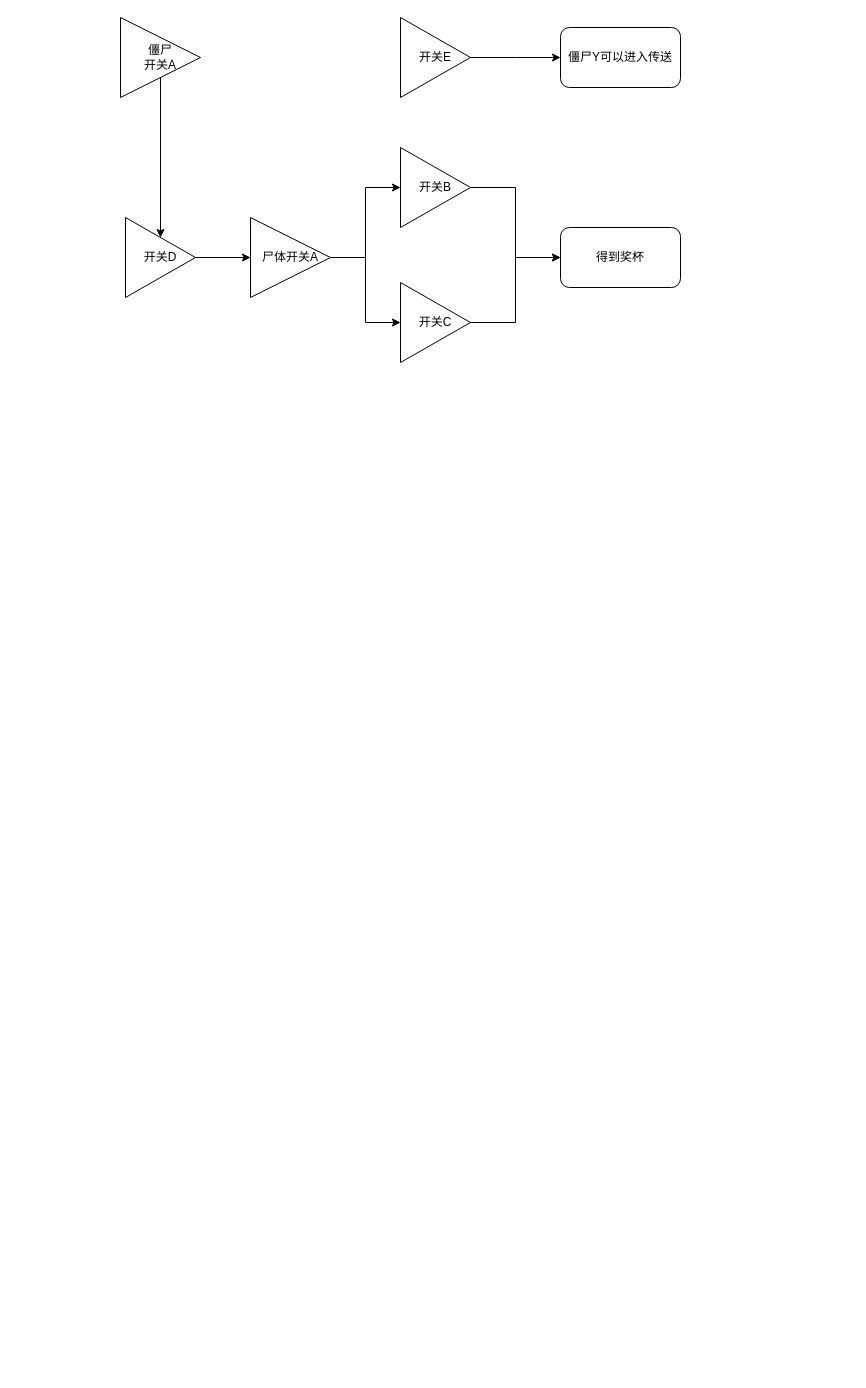
Above: picture/life-goes-on-我爱僵尸.drawio in Xerxes-zhz/game-design (draw.io), before the change. Source tidied: cells renumbered, new cells numbered last; positions are measured from the earlier drawing's top-left corner, leaving out a move shared by most shapes. Both pictures are drawn from the tidied source at 100%, with x=0, y=0 at pixel (120, 17).
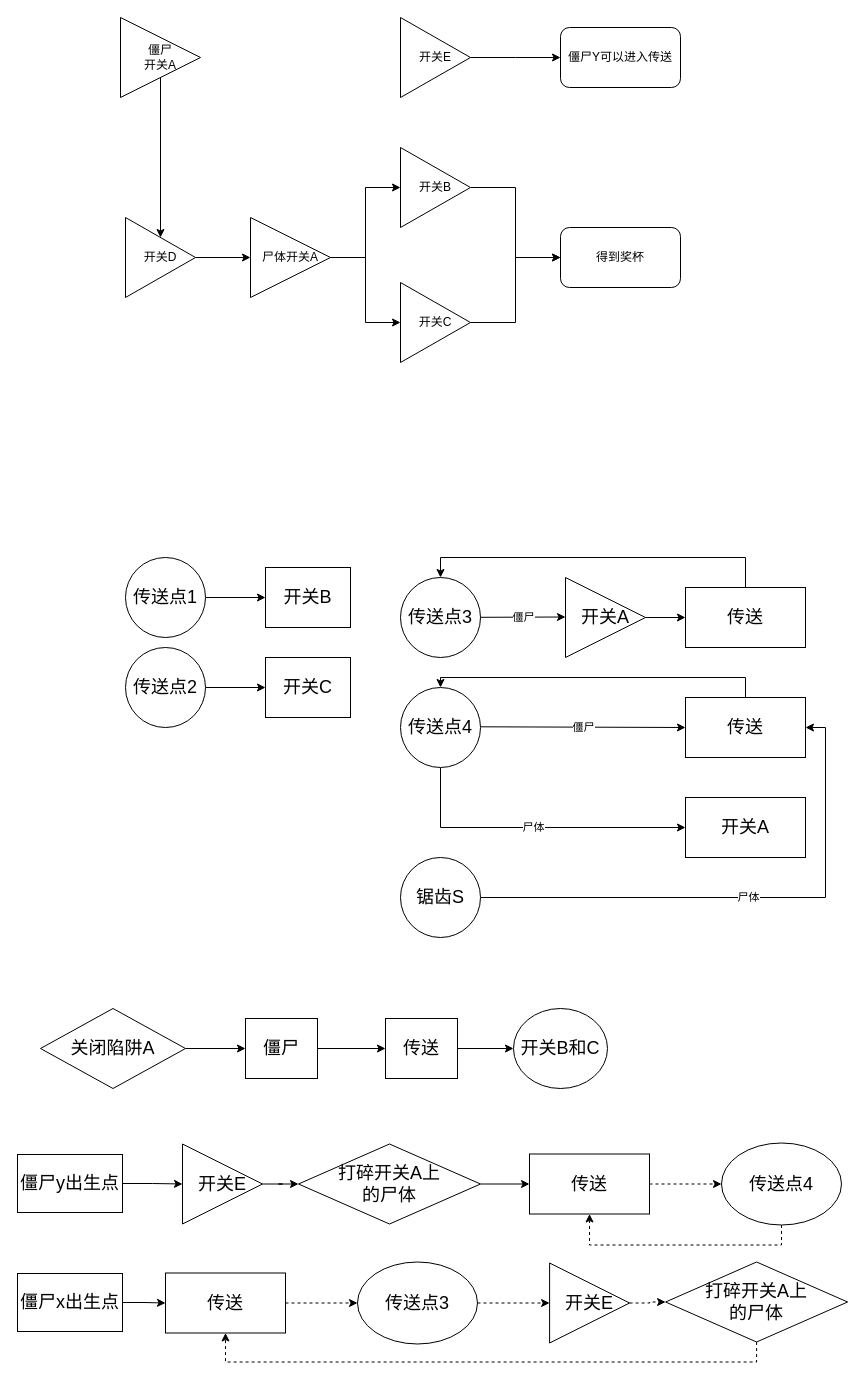
The same diagram, later.

Commit message:
更新life-goes-on-我爱僵尸.drawio

The edit, as a diff of the source:
```diff
@@
+    <mxCell id="17" style="edgeStyle=orthogonalEdgeStyle;rounded=0;jettySize=auto;html=1;" parent="1" edge="1" source="18" target="19">
+      <mxGeometry relative="1" as="geometry" />
+    </mxCell>
+    <mxCell id="18" value="&lt;font style=&quot;font-size: 18px&quot;&gt;传送点1&lt;/font&gt;" style="ellipse;whiteSpace=wrap;html=1;" parent="1" vertex="1">
+      <mxGeometry x="5" y="540" width="80" height="80" as="geometry" />
+    </mxCell>
+    <mxCell id="19" value="&lt;font style=&quot;font-size: 18px&quot;&gt;开关B&lt;/font&gt;" style="whiteSpace=wrap;html=1;" parent="1" vertex="1">
+      <mxGeometry x="145" y="550" width="85" height="60" as="geometry" />
+    </mxCell>
+    <mxCell id="20" style="edgeStyle=orthogonalEdgeStyle;rounded=0;jettySize=auto;html=1;" parent="1" edge="1" source="21" target="22">
+      <mxGeometry relative="1" as="geometry" />
+    </mxCell>
+    <mxCell id="21" value="&lt;font style=&quot;font-size: 18px&quot;&gt;传送点2&lt;/font&gt;" style="ellipse;whiteSpace=wrap;html=1;" parent="1" vertex="1">
+      <mxGeometry x="5" y="630" width="80" height="80" as="geometry" />
+    </mxCell>
+    <mxCell id="22" value="&lt;font style=&quot;font-size: 18px&quot;&gt;开关C&lt;/font&gt;" style="whiteSpace=wrap;html=1;" parent="1" vertex="1">
+      <mxGeometry x="145" y="640" width="85" height="60" as="geometry" />
+    </mxCell>
+    <mxCell id="23" value="&lt;font style=&quot;font-size: 18px&quot;&gt;传送点3&lt;/font&gt;" style="ellipse;whiteSpace=wrap;html=1;" parent="1" vertex="1">
+      <mxGeometry x="280" y="560" width="80" height="80" as="geometry" />
+    </mxCell>
+    <mxCell id="24" style="edgeStyle=orthogonalEdgeStyle;rounded=0;jettySize=auto;html=1;" parent="1" edge="1" source="25" target="27">
+      <mxGeometry relative="1" as="geometry" />
+    </mxCell>
+    <mxCell id="25" value="&lt;font style=&quot;font-size: 18px&quot;&gt;开关A&lt;/font&gt;" style="triangle;whiteSpace=wrap;html=1;" parent="1" vertex="1">
+      <mxGeometry x="445" y="560" width="80" height="80" as="geometry" />
+    </mxCell>
+    <mxCell id="26" style="edgeStyle=orthogonalEdgeStyle;rounded=0;jettySize=auto;html=1;exitX=0.5;exitY=0;exitDx=0;exitDy=0;entryX=0.5;entryY=0;entryDx=0;entryDy=0;" parent="1" edge="1" source="27" target="23">
+      <mxGeometry relative="1" as="geometry">
+        <Array as="points">
+          <mxPoint x="625" y="540" />
+          <mxPoint x="320" y="540" />
+        </Array>
+      </mxGeometry>
+    </mxCell>
+    <mxCell id="27" value="&lt;font style=&quot;font-size: 18px&quot;&gt;传送&lt;/font&gt;" style="whiteSpace=wrap;html=1;" parent="1" vertex="1">
+      <mxGeometry x="565" y="570" width="120" height="60" as="geometry" />
+    </mxCell>
+    <mxCell id="28" style="endArrow=classic;html=1;" parent="1" edge="1">
+      <mxGeometry relative="1" as="geometry">
+        <mxPoint x="360" y="599.8" as="sourcePoint" />
+        <mxPoint x="445" y="599.5" as="targetPoint" />
+      </mxGeometry>
+    </mxCell>
+    <mxCell id="29" value="僵尸" style="edgeLabel;html=1;align=center;verticalAlign=middle;" parent="28" vertex="1">
+      <mxGeometry relative="1" as="geometry" />
+    </mxCell>
+    <mxCell id="30" value="尸体" style="edgeStyle=orthogonalEdgeStyle;rounded=0;jettySize=auto;html=1;exitX=0.5;exitY=1;exitDx=0;exitDy=0;entryX=0;entryY=0.5;entryDx=0;entryDy=0;" parent="1" edge="1" source="31" target="36">
+      <mxGeometry relative="1" as="geometry" />
+    </mxCell>
+    <mxCell id="31" value="&lt;font style=&quot;font-size: 18px&quot;&gt;传送点4&lt;/font&gt;" style="ellipse;whiteSpace=wrap;html=1;" parent="1" vertex="1">
+      <mxGeometry x="280" y="670" width="80" height="80" as="geometry" />
+    </mxCell>
+    <mxCell id="32" style="edgeStyle=orthogonalEdgeStyle;rounded=0;jettySize=auto;html=1;exitX=0.5;exitY=0;exitDx=0;exitDy=0;entryX=0.5;entryY=0;entryDx=0;entryDy=0;" parent="1" edge="1" source="33" target="31">
+      <mxGeometry relative="1" as="geometry" />
+    </mxCell>
+    <mxCell id="33" value="&lt;font style=&quot;font-size: 18px&quot;&gt;传送&lt;/font&gt;" style="whiteSpace=wrap;html=1;" parent="1" vertex="1">
+      <mxGeometry x="565" y="680" width="120" height="60" as="geometry" />
+    </mxCell>
+    <mxCell id="34" style="endArrow=classic;html=1;entryX=0;entryY=0.5;entryDx=0;entryDy=0;" parent="1" edge="1" target="33">
+      <mxGeometry relative="1" as="geometry">
+        <mxPoint x="360" y="709.3" as="sourcePoint" />
+      </mxGeometry>
+    </mxCell>
+    <mxCell id="35" value="僵尸" style="edgeLabel;html=1;align=center;verticalAlign=middle;" parent="34" vertex="1">
+      <mxGeometry relative="1" as="geometry" />
+    </mxCell>
+    <mxCell id="36" value="&lt;font style=&quot;font-size: 18px&quot;&gt;开关A&lt;/font&gt;" style="whiteSpace=wrap;html=1;" parent="1" vertex="1">
+      <mxGeometry x="565" y="780" width="120" height="60" as="geometry" />
+    </mxCell>
+    <mxCell id="37" value="尸体" style="edgeStyle=orthogonalEdgeStyle;rounded=0;jettySize=auto;html=1;exitX=1;exitY=0.5;exitDx=0;exitDy=0;entryX=1;entryY=0.5;entryDx=0;entryDy=0;" parent="1" edge="1" source="38" target="33">
+      <mxGeometry relative="1" as="geometry" />
+    </mxCell>
+    <mxCell id="38" value="&lt;font style=&quot;font-size: 18px&quot;&gt;锯齿S&lt;/font&gt;" style="ellipse;whiteSpace=wrap;html=1;" parent="1" vertex="1">
+      <mxGeometry x="280" y="840" width="80" height="80" as="geometry" />
+    </mxCell>
+    <mxCell id="39" style="edgeStyle=orthogonalEdgeStyle;rounded=0;jettySize=auto;html=1;" parent="1" edge="1" source="40" target="42">
+      <mxGeometry relative="1" as="geometry" />
+    </mxCell>
+    <mxCell id="40" value="&lt;font style=&quot;font-size: 18px&quot;&gt;关闭陷阱A&lt;/font&gt;" style="rhombus;whiteSpace=wrap;html=1;" parent="1" vertex="1">
+      <mxGeometry x="-80" y="991" width="145" height="80" as="geometry" />
+    </mxCell>
+    <mxCell id="41" style="edgeStyle=orthogonalEdgeStyle;rounded=0;jettySize=auto;html=1;" parent="1" edge="1" source="42" target="44">
+      <mxGeometry relative="1" as="geometry" />
+    </mxCell>
+    <mxCell id="42" value="&lt;font style=&quot;font-size: 18px&quot;&gt;僵尸&lt;/font&gt;" style="whiteSpace=wrap;html=1;" parent="1" vertex="1">
+      <mxGeometry x="125" y="1001" width="72" height="60" as="geometry" />
+    </mxCell>
+    <mxCell id="43" style="edgeStyle=orthogonalEdgeStyle;rounded=0;jettySize=auto;html=1;" parent="1" edge="1" source="44" target="45">
+      <mxGeometry relative="1" as="geometry" />
+    </mxCell>
+    <mxCell id="44" value="&lt;font style=&quot;font-size: 18px&quot;&gt;传送&lt;/font&gt;" style="whiteSpace=wrap;html=1;" parent="1" vertex="1">
+      <mxGeometry x="265" y="1001" width="72" height="60" as="geometry" />
+    </mxCell>
+    <mxCell id="45" value="&lt;font style=&quot;font-size: 18px&quot;&gt;开关B和C&lt;/font&gt;" style="ellipse;whiteSpace=wrap;html=1;" parent="1" vertex="1">
+      <mxGeometry x="393" y="991" width="94" height="80" as="geometry" />
+    </mxCell>
+    <mxCell id="46" style="edgeStyle=orthogonalEdgeStyle;rounded=0;jettySize=auto;html=1;" parent="1" edge="1" source="47" target="49">
+      <mxGeometry relative="1" as="geometry" />
+    </mxCell>
+    <mxCell id="47" value="&lt;font style=&quot;font-size: 18px&quot;&gt;僵尸y出生点&lt;/font&gt;" style="whiteSpace=wrap;html=1;" parent="1" vertex="1">
+      <mxGeometry x="-103" y="1137" width="105" height="58" as="geometry" />
+    </mxCell>
+    <mxCell id="48" style="edgeStyle=orthogonalEdgeStyle;rounded=0;jettySize=auto;html=1;" parent="1" edge="1" source="49" target="51">
+      <mxGeometry relative="1" as="geometry" />
+    </mxCell>
+    <mxCell id="49" value="&lt;font style=&quot;font-size: 18px&quot;&gt;开关E&lt;/font&gt;" style="triangle;whiteSpace=wrap;html=1;" parent="1" vertex="1">
+      <mxGeometry x="62" y="1126.5" width="80" height="80" as="geometry" />
+    </mxCell>
+    <mxCell id="50" style="edgeStyle=orthogonalEdgeStyle;rounded=0;jettySize=auto;html=1;" parent="1" edge="1" source="51" target="53">
+      <mxGeometry relative="1" as="geometry" />
+    </mxCell>
+    <mxCell id="51" value="&lt;span style=&quot;font-size: 18px&quot;&gt;打碎开关A上&lt;br&gt;的尸体&lt;/span&gt;" style="rhombus;whiteSpace=wrap;html=1;" parent="1" vertex="1">
+      <mxGeometry x="178" y="1126.5" width="182" height="80" as="geometry" />
+    </mxCell>
+    <mxCell id="52" style="edgeStyle=orthogonalEdgeStyle;rounded=0;jettySize=auto;html=1;sketch=0;shadow=0;jumpStyle=none;dashed=1;" parent="1" edge="1" source="53" target="55">
+      <mxGeometry relative="1" as="geometry" />
+    </mxCell>
+    <mxCell id="53" value="&lt;font style=&quot;font-size: 18px&quot;&gt;传送&lt;/font&gt;" style="whiteSpace=wrap;html=1;" parent="1" vertex="1">
+      <mxGeometry x="409" y="1136.5" width="120" height="60" as="geometry" />
+    </mxCell>
+    <mxCell id="54" style="edgeStyle=orthogonalEdgeStyle;rounded=0;sketch=0;jumpStyle=none;jettySize=auto;html=1;exitX=0.5;exitY=1;exitDx=0;exitDy=0;entryX=0.5;entryY=1;entryDx=0;entryDy=0;shadow=0;dashed=1;strokeColor=#000000;" parent="1" edge="1" source="55" target="53">
+      <mxGeometry relative="1" as="geometry" />
+    </mxCell>
+    <mxCell id="55" value="&lt;font style=&quot;font-size: 18px&quot;&gt;传送点4&lt;/font&gt;" style="ellipse;whiteSpace=wrap;html=1;" parent="1" vertex="1">
+      <mxGeometry x="601" y="1125.5" width="120" height="82" as="geometry" />
+    </mxCell>
+    <mxCell id="56" style="edgeStyle=orthogonalEdgeStyle;rounded=0;sketch=0;jumpStyle=none;jettySize=auto;html=1;exitX=1;exitY=0.5;exitDx=0;exitDy=0;entryX=0;entryY=0.5;entryDx=0;entryDy=0;shadow=0;strokeColor=#000000;" parent="1" edge="1" source="57" target="62">
+      <mxGeometry relative="1" as="geometry" />
+    </mxCell>
+    <mxCell id="57" value="&lt;font style=&quot;font-size: 18px&quot;&gt;僵尸x出生点&lt;/font&gt;" style="whiteSpace=wrap;html=1;" parent="1" vertex="1">
+      <mxGeometry x="-103" y="1256" width="105" height="58" as="geometry" />
+    </mxCell>
+    <mxCell id="58" style="edgeStyle=orthogonalEdgeStyle;rounded=0;jettySize=auto;html=1;dashed=1;" parent="1" edge="1" source="59" target="60">
+      <mxGeometry relative="1" as="geometry" />
+    </mxCell>
+    <mxCell id="59" value="&lt;font style=&quot;font-size: 18px&quot;&gt;开关E&lt;/font&gt;" style="triangle;whiteSpace=wrap;html=1;" parent="1" vertex="1">
+      <mxGeometry x="429.1" y="1245.5" width="80" height="80" as="geometry" />
+    </mxCell>
+    <mxCell id="60" value="&lt;span style=&quot;font-size: 18px&quot;&gt;打碎开关A上&lt;br&gt;的尸体&lt;/span&gt;" style="rhombus;whiteSpace=wrap;html=1;" parent="1" vertex="1">
+      <mxGeometry x="545.1" y="1244.5" width="182" height="80" as="geometry" />
+    </mxCell>
+    <mxCell id="61" style="edgeStyle=orthogonalEdgeStyle;rounded=0;jettySize=auto;html=1;sketch=0;shadow=0;jumpStyle=none;dashed=1;" parent="1" edge="1" source="62" target="65">
+      <mxGeometry relative="1" as="geometry" />
+    </mxCell>
+    <mxCell id="62" value="&lt;font style=&quot;font-size: 18px&quot;&gt;传送&lt;/font&gt;" style="whiteSpace=wrap;html=1;" parent="1" vertex="1">
+      <mxGeometry x="45" y="1255.5" width="120" height="60" as="geometry" />
+    </mxCell>
+    <mxCell id="63" style="edgeStyle=orthogonalEdgeStyle;rounded=0;sketch=0;jumpStyle=none;jettySize=auto;html=1;entryX=0.5;entryY=1;entryDx=0;entryDy=0;shadow=0;dashed=1;strokeColor=#000000;exitX=0.5;exitY=1;exitDx=0;exitDy=0;" parent="1" edge="1" source="60" target="62">
+      <mxGeometry relative="1" as="geometry" />
+    </mxCell>
+    <mxCell id="64" style="edgeStyle=orthogonalEdgeStyle;rounded=0;sketch=0;jumpStyle=none;jettySize=auto;html=1;exitX=1;exitY=0.5;exitDx=0;exitDy=0;entryX=0;entryY=0.5;entryDx=0;entryDy=0;shadow=0;strokeColor=#000000;dashed=1;" parent="1" edge="1" source="65" target="59">
+      <mxGeometry relative="1" as="geometry" />
+    </mxCell>
+    <mxCell id="65" value="&lt;font style=&quot;font-size: 18px&quot;&gt;传送点3&lt;/font&gt;" style="ellipse;whiteSpace=wrap;html=1;" parent="1" vertex="1">
+      <mxGeometry x="237" y="1244.5" width="120" height="82" as="geometry" />
+    </mxCell>
```
